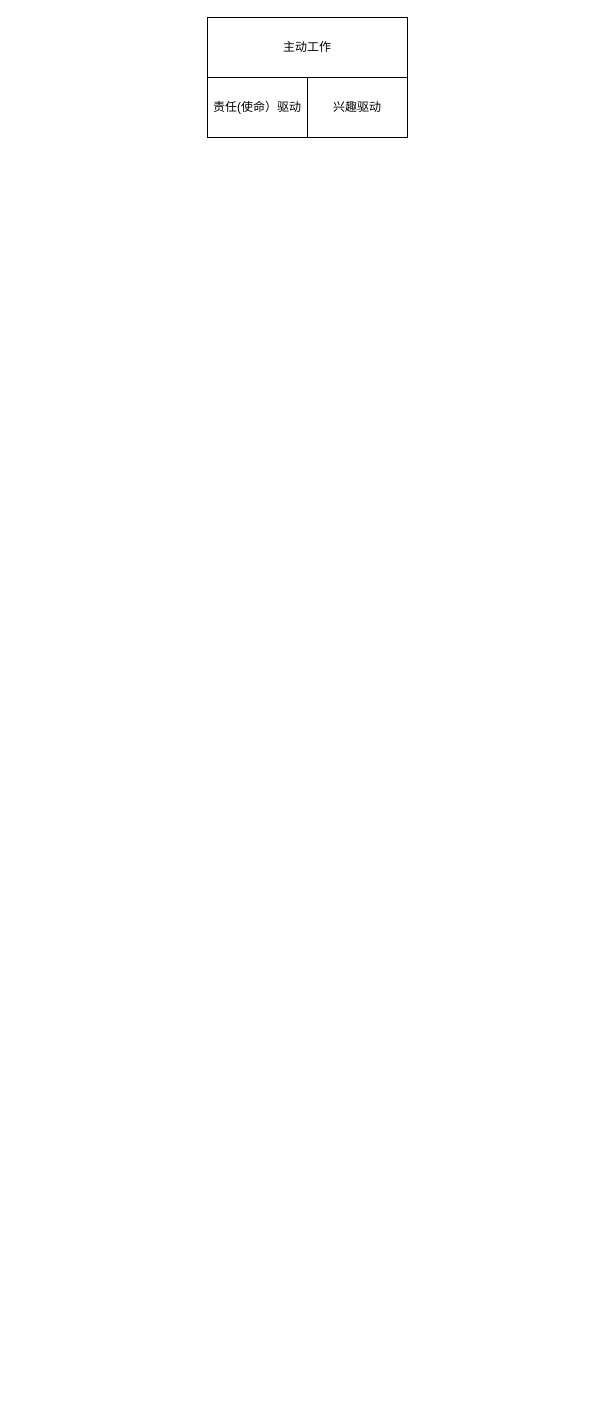
Above: 主动工作.drawio in mashifei/uml (draw.io), before the change. Source tidied: cells renumbered, new cells numbered last; positions are measured from the earlier drawing's top-left corner, leaving out a move shared by most shapes. Both pictures are drawn from the tidied source at 100%, with x=0, y=0 at pixel (207, 17).
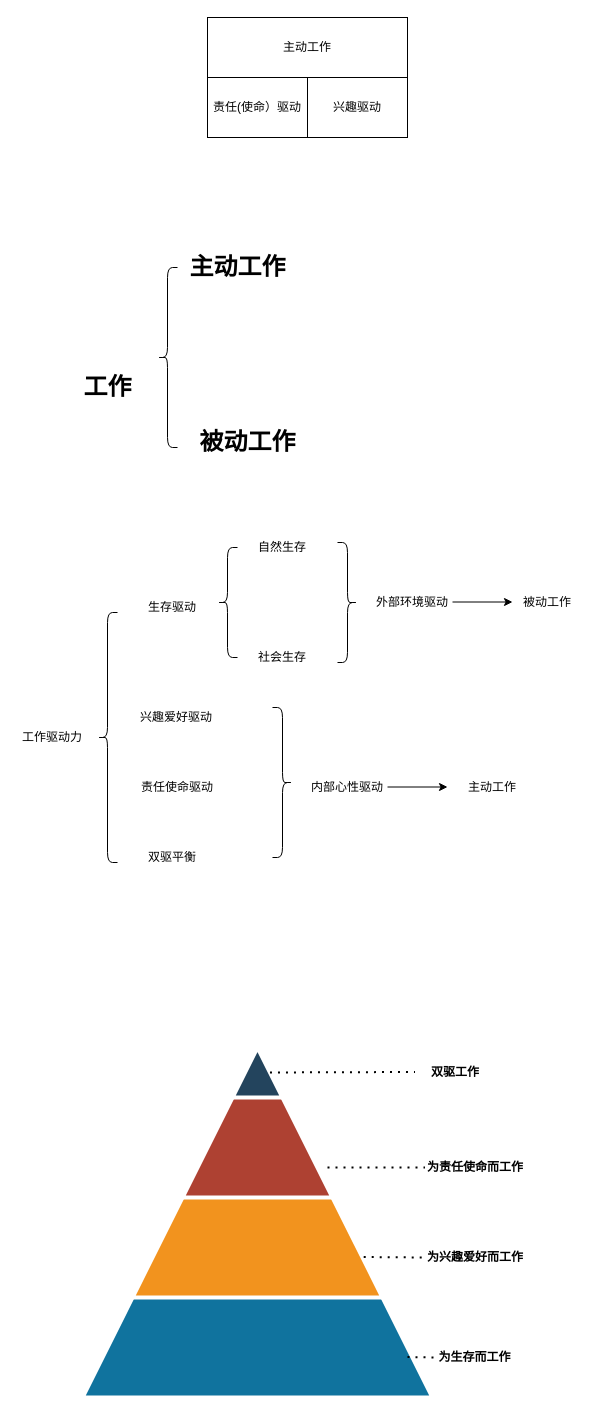
The same page after the edit.

Commit message:
更新主动工作.drawio

The edit, as a diff of the source:
```diff
@@
+    <mxCell id="5" style="shape=curlyBracket;whiteSpace=wrap;html=1;rounded=1;" parent="1" vertex="1">
+      <mxGeometry x="-50" y="250" width="20" height="180" as="geometry" />
+    </mxCell>
+    <mxCell id="6" value="工作" style="text;strokeColor=none;fillColor=none;html=1;fontSize=24;fontStyle=1;verticalAlign=middle;align=center;" parent="1" vertex="1">
+      <mxGeometry x="-150" y="350" width="100" height="40" as="geometry" />
+    </mxCell>
+    <mxCell id="7" value="主动工作" style="text;strokeColor=none;fillColor=none;html=1;fontSize=24;fontStyle=1;verticalAlign=middle;align=center;" parent="1" vertex="1">
+      <mxGeometry x="-20" y="230" width="100" height="40" as="geometry" />
+    </mxCell>
+    <mxCell id="8" value="被动工作" style="text;strokeColor=none;fillColor=none;html=1;fontSize=24;fontStyle=1;verticalAlign=middle;align=center;" parent="1" vertex="1">
+      <mxGeometry x="-10" y="405" width="100" height="40" as="geometry" />
+    </mxCell>
+    <mxCell id="9" value="工作驱动力" style="text;html=1;strokeColor=none;fillColor=none;align=center;verticalAlign=middle;whiteSpace=wrap;rounded=0;" parent="1" vertex="1">
+      <mxGeometry x="-190" y="710" width="70" height="20" as="geometry" />
+    </mxCell>
+    <mxCell id="10" style="shape=curlyBracket;whiteSpace=wrap;html=1;rounded=1;" parent="1" vertex="1">
+      <mxGeometry x="-110" y="595" width="20" height="250" as="geometry" />
+    </mxCell>
+    <mxCell id="11" value="生存驱动" style="text;html=1;strokeColor=none;fillColor=none;align=center;verticalAlign=middle;whiteSpace=wrap;rounded=0;" parent="1" vertex="1">
+      <mxGeometry x="-70" y="580" width="70" height="20" as="geometry" />
+    </mxCell>
+    <mxCell id="12" value="兴趣爱好驱动" style="text;html=1;strokeColor=none;fillColor=none;align=center;verticalAlign=middle;whiteSpace=wrap;rounded=0;" parent="1" vertex="1">
+      <mxGeometry x="-70" y="690" width="78" height="20" as="geometry" />
+    </mxCell>
+    <mxCell id="13" value="责任使命驱动" style="text;html=1;strokeColor=none;fillColor=none;align=center;verticalAlign=middle;whiteSpace=wrap;rounded=0;" parent="1" vertex="1">
+      <mxGeometry x="-80" y="760" width="100" height="20" as="geometry" />
+    </mxCell>
+    <mxCell id="14" value="双驱平衡" style="text;html=1;strokeColor=none;fillColor=none;align=center;verticalAlign=middle;whiteSpace=wrap;rounded=0;" parent="1" vertex="1">
+      <mxGeometry x="-85" y="830" width="100" height="20" as="geometry" />
+    </mxCell>
+    <mxCell id="15" style="shape=curlyBracket;whiteSpace=wrap;html=1;rounded=1;" parent="1" vertex="1">
+      <mxGeometry x="10" y="530" width="20" height="110" as="geometry" />
+    </mxCell>
+    <mxCell id="16" value="自然生存" style="text;html=1;strokeColor=none;fillColor=none;align=center;verticalAlign=middle;whiteSpace=wrap;rounded=0;" parent="1" vertex="1">
+      <mxGeometry x="40" y="520" width="70" height="20" as="geometry" />
+    </mxCell>
+    <mxCell id="17" value="社会生存" style="text;html=1;strokeColor=none;fillColor=none;align=center;verticalAlign=middle;whiteSpace=wrap;rounded=0;" parent="1" vertex="1">
+      <mxGeometry x="40" y="630" width="70" height="20" as="geometry" />
+    </mxCell>
+    <mxCell id="18" style="shape=curlyBracket;whiteSpace=wrap;html=1;rounded=1;rotation=-180;" parent="1" vertex="1">
+      <mxGeometry x="65" y="690" width="20" height="150" as="geometry" />
+    </mxCell>
+    <mxCell id="19" value="内部心性驱动" style="text;html=1;strokeColor=none;fillColor=none;align=center;verticalAlign=middle;whiteSpace=wrap;rounded=0;" parent="1" vertex="1">
+      <mxGeometry x="100" y="760" width="80" height="20" as="geometry" />
+    </mxCell>
+    <mxCell id="20" style="shape=curlyBracket;whiteSpace=wrap;html=1;rounded=1;rotation=-180;" parent="1" vertex="1">
+      <mxGeometry x="130" y="525" width="20" height="120" as="geometry" />
+    </mxCell>
+    <mxCell id="21" value="外部环境驱动" style="text;html=1;strokeColor=none;fillColor=none;align=center;verticalAlign=middle;whiteSpace=wrap;rounded=0;" parent="1" vertex="1">
+      <mxGeometry x="165" y="575" width="80" height="20" as="geometry" />
+    </mxCell>
+    <mxCell id="22" style="triangle;direction=north;strokeWidth=4;html=1;fillColor=#10739E;strokeColor=#ffffff;shadow=0;fontSize=10;fontColor=#FFFFFF;align=center;fontStyle=0;whiteSpace=wrap;spacing=10;" parent="1" vertex="1">
+      <mxGeometry x="-125" y="1030" width="350" height="350" as="geometry" />
+    </mxCell>
+    <mxCell id="23" style="triangle;direction=north;strokeWidth=4;html=1;fillColor=#F2931E;strokeColor=#ffffff;shadow=0;fontSize=10;fontColor=#FFFFFF;align=center;fontStyle=0;whiteSpace=wrap;spacing=10;" parent="1" vertex="1">
+      <mxGeometry x="-75" y="1030" width="250" height="250" as="geometry" />
+    </mxCell>
+    <mxCell id="24" style="triangle;direction=north;strokeWidth=4;html=1;fillColor=#AE4132;strokeColor=#ffffff;shadow=0;fontSize=10;fontColor=#FFFFFF;align=center;fontStyle=0;whiteSpace=wrap;spacing=10;" parent="1" vertex="1">
+      <mxGeometry x="-25" y="1030" width="150" height="150" as="geometry" />
+    </mxCell>
+    <mxCell id="25" style="triangle;direction=north;strokeWidth=4;html=1;fillColor=#23445D;strokeColor=#ffffff;shadow=0;fontSize=10;fontColor=#FFFFFF;align=center;fontStyle=0;whiteSpace=wrap;spacing=10;" parent="1" vertex="1">
+      <mxGeometry x="25" y="1030" width="50" height="50" as="geometry" />
+    </mxCell>
+    <mxCell id="26" style="endArrow=classic;html=1;" parent="1" edge="1">
+      <mxGeometry relative="1" as="geometry">
+        <mxPoint x="180" y="769.5" as="sourcePoint" />
+        <mxPoint x="240" y="769.5" as="targetPoint" />
+      </mxGeometry>
+    </mxCell>
+    <mxCell id="27" value="主动工作" style="text;html=1;strokeColor=none;fillColor=none;align=center;verticalAlign=middle;whiteSpace=wrap;rounded=0;" parent="1" vertex="1">
+      <mxGeometry x="245" y="760" width="80" height="20" as="geometry" />
+    </mxCell>
+    <mxCell id="28" style="endArrow=classic;html=1;" parent="1" edge="1">
+      <mxGeometry relative="1" as="geometry">
+        <mxPoint x="245" y="584.5" as="sourcePoint" />
+        <mxPoint x="305" y="584.5" as="targetPoint" />
+      </mxGeometry>
+    </mxCell>
+    <mxCell id="29" value="被动工作" style="text;html=1;strokeColor=none;fillColor=none;align=center;verticalAlign=middle;whiteSpace=wrap;rounded=0;" parent="1" vertex="1">
+      <mxGeometry x="300" y="575" width="80" height="20" as="geometry" />
+    </mxCell>
+    <mxCell id="30" value="为生存而工作" style="text;html=1;strokeColor=none;fillColor=none;align=center;verticalAlign=middle;whiteSpace=wrap;rounded=0;fontStyle=1;" parent="1" vertex="1">
+      <mxGeometry x="230" y="1330" width="75" height="20" as="geometry" />
+    </mxCell>
+    <mxCell id="31" value="为兴趣爱好而工作" style="text;html=1;strokeColor=none;fillColor=none;align=center;verticalAlign=middle;whiteSpace=wrap;rounded=0;fontStyle=1;" parent="1" vertex="1">
+      <mxGeometry x="217.5" y="1230" width="100" height="20" as="geometry" />
+    </mxCell>
+    <mxCell id="32" value="为责任使命而工作" style="text;html=1;strokeColor=none;fillColor=none;align=center;verticalAlign=middle;whiteSpace=wrap;rounded=0;fontStyle=1;" parent="1" vertex="1">
+      <mxGeometry x="217.5" y="1140" width="100" height="20" as="geometry" />
+    </mxCell>
+    <mxCell id="33" value="双驱工作" style="text;html=1;strokeColor=none;fillColor=none;align=center;verticalAlign=middle;whiteSpace=wrap;rounded=0;fontStyle=1;" parent="1" vertex="1">
+      <mxGeometry x="197.5" y="1045" width="100" height="20" as="geometry" />
+    </mxCell>
+    <mxCell id="34" style="endArrow=none;dashed=1;html=1;dashPattern=1 3;strokeWidth=2;entryX=0;entryY=0.5;entryDx=0;entryDy=0;" parent="1" edge="1" target="32">
+      <mxGeometry relative="1" as="geometry">
+        <mxPoint x="120" y="1150" as="sourcePoint" />
+      </mxGeometry>
+    </mxCell>
+    <mxCell id="35" style="endArrow=none;dashed=1;html=1;dashPattern=1 3;strokeWidth=2;entryX=0;entryY=0.5;entryDx=0;entryDy=0;" parent="1" edge="1" source="25">
+      <mxGeometry relative="1" as="geometry">
+        <mxPoint x="207.5" y="1054.5" as="targetPoint" />
+      </mxGeometry>
+    </mxCell>
+    <mxCell id="36" style="endArrow=none;dashed=1;html=1;dashPattern=1 3;strokeWidth=2;" parent="1" edge="1">
+      <mxGeometry relative="1" as="geometry">
+        <mxPoint x="156.2" y="1239.5" as="sourcePoint" />
+        <mxPoint x="220" y="1240" as="targetPoint" />
+      </mxGeometry>
+    </mxCell>
+    <mxCell id="37" style="endArrow=none;dashed=1;html=1;dashPattern=1 3;strokeWidth=2;" parent="1" edge="1">
+      <mxGeometry relative="1" as="geometry">
+        <mxPoint x="200" y="1339.5" as="sourcePoint" />
+        <mxPoint x="230" y="1340" as="targetPoint" />
+      </mxGeometry>
+    </mxCell>
```
